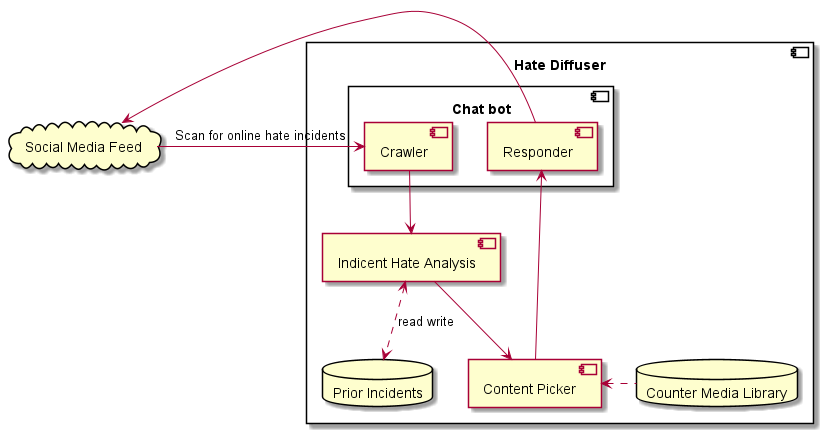
Before: out/doc/highlevel_concept/highlevel_concept.png, a diagram exported from PlantUML (aawadall/nccm_hackathon). The source it was exported from:
```plantuml
@startuml

cloud "Social Media Feed" as SOC
component "Hate Diffuser" as MAIN {
    component "Chat bot" as C1 {
        component "Crawler" as C1A
        component "Responder" as C1B
    }
    component "Indicent Hate Analysis" as C3
    database "Prior Incidents" as C4

    component "Content Picker" as C7

    database "Counter Media Library" as C6
}

SOC -right-> C1A : Scan for online hate incidents
C1B -left-> SOC

C1A -down-> C3

C3 <..> C4 : read write
C3 --> C7
C6 .left-> C7

C7 -up-> C1B

@enduml
```
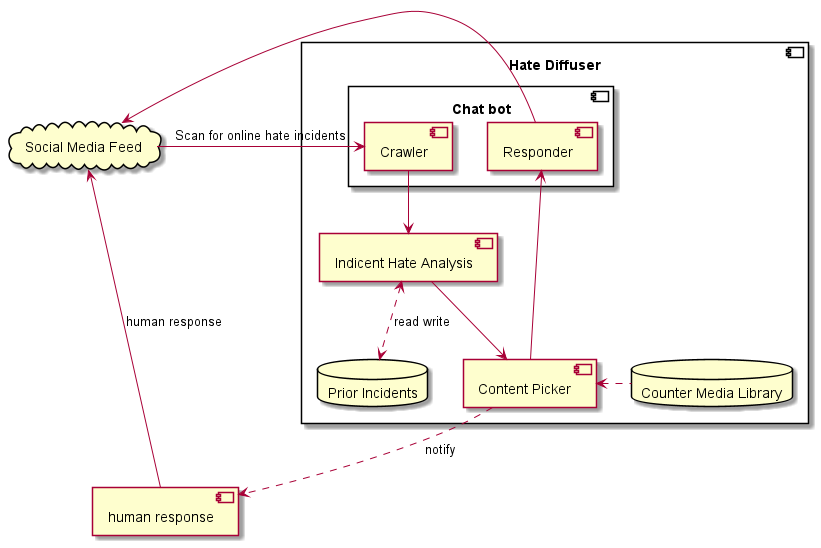
After the commit.

What changed in the source:
```diff
@@ -14,11 +14,14 @@
     database "Counter Media Library" as C6
 }
 
+component "human response" as hum
+
 SOC -right-> C1A : Scan for online hate incidents
 C1B -left-> SOC
 
 C1A -down-> C3
-
+C7 ..> hum : notify
+hum -up-> SOC : human response
 C3 <..> C4 : read write
 C3 --> C7
 C6 .left-> C7
```
